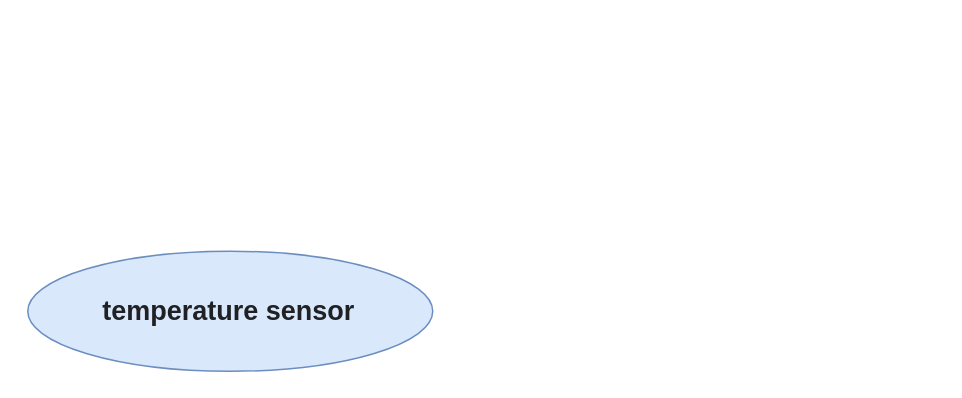
Earlier version of the draw.io diagram temperature_sensor.drawio (tomafoks/my-mind). Source tidied: cells renumbered, new cells numbered last; positions are measured from the earlier drawing's top-left corner, leaving out a move shared by most shapes. Both pictures are drawn from the tidied source at 150%, with x=0, y=0 at pixel (27, 250).
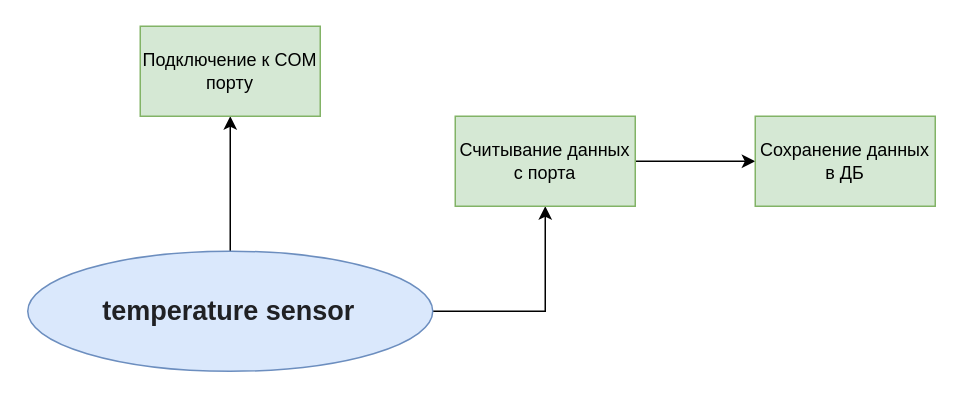
The same diagram, later.

Diff of the diagram source:
```diff
@@
 <mxGraphModel>
   <root>
     <mxCell id="0" />
     <mxCell id="1" parent="0" />
+    <mxCell id="3" style="edgeStyle=orthogonalEdgeStyle;rounded=0;jettySize=auto;html=1;" parent="1" edge="1" source="2" target="5">
+      <mxGeometry relative="1" as="geometry" />
+    </mxCell>
+    <mxCell id="4" style="edgeStyle=orthogonalEdgeStyle;rounded=0;jettySize=auto;html=1;" parent="1" edge="1" source="2" target="7">
+      <mxGeometry relative="1" as="geometry" />
+    </mxCell>
     <mxCell id="2" value="&lt;pre class=&quot;tw-data-text tw-text-large XcVN5d tw-ta&quot; id=&quot;tw-target-text&quot; dir=&quot;ltr&quot; style=&quot;font-family: inherit ; line-height: 36px ; border: none ; padding: 2px 0.14em 2px 0px ; position: relative ; margin-top: -2px ; margin-bottom: -2px ; resize: none ; overflow: hidden ; width: 270px ; overflow-wrap: break-word ; color: rgb(32 , 33 , 36)&quot;&gt;&lt;span class=&quot;Y2IQFc&quot; lang=&quot;en&quot;&gt;&lt;font style=&quot;font-size: 18px&quot;&gt;&lt;b&gt;temperature sensor&lt;/b&gt;&lt;/font&gt;&lt;/span&gt;&lt;/pre&gt;" style="ellipse;whiteSpace=wrap;html=1;align=center;fillColor=#dae8fc;strokeColor=#6c8ebf;" parent="1" vertex="1">
       <mxGeometry width="270" height="80" as="geometry" />
     </mxCell>
+    <mxCell id="5" value="Подключение к COM порту&lt;br&gt;" style="whiteSpace=wrap;html=1;strokeColor=#82b366;fillColor=#d5e8d4;" parent="1" vertex="1">
+      <mxGeometry x="75" y="-150" width="120" height="60" as="geometry" />
+    </mxCell>
+    <mxCell id="6" style="edgeStyle=orthogonalEdgeStyle;rounded=0;jettySize=auto;html=1;" parent="1" edge="1" source="7" target="8">
+      <mxGeometry relative="1" as="geometry" />
+    </mxCell>
+    <mxCell id="7" value="Считывание данных с порта" style="whiteSpace=wrap;html=1;strokeColor=#82b366;fillColor=#d5e8d4;" parent="1" vertex="1">
+      <mxGeometry x="285" y="-90" width="120" height="60" as="geometry" />
+    </mxCell>
+    <mxCell id="8" value="Сохранение данных в ДБ" style="whiteSpace=wrap;html=1;strokeColor=#82b366;fillColor=#d5e8d4;" parent="1" vertex="1">
+      <mxGeometry x="485" y="-90" width="120" height="60" as="geometry" />
+    </mxCell>
   </root>
 </mxGraphModel>
```
